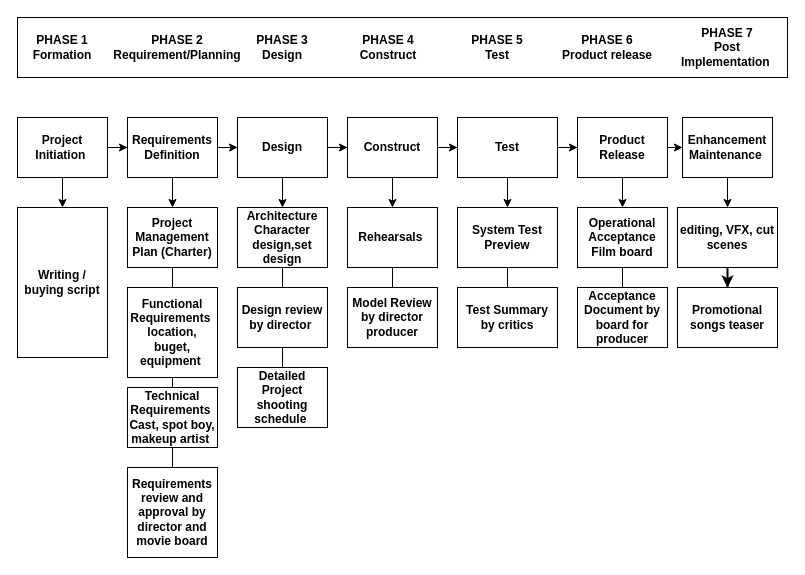
This is Movie.drawio from Dikshit28/SEPM_Dikshit19csu379, a draw.io file, before an edit. Source tidied: cells renumbered, new cells numbered last; positions are measured from the earlier drawing's top-left corner, leaving out a move shared by most shapes. Both pictures are drawn from the tidied source at 100%, with x=0, y=0 at pixel (17, 17).
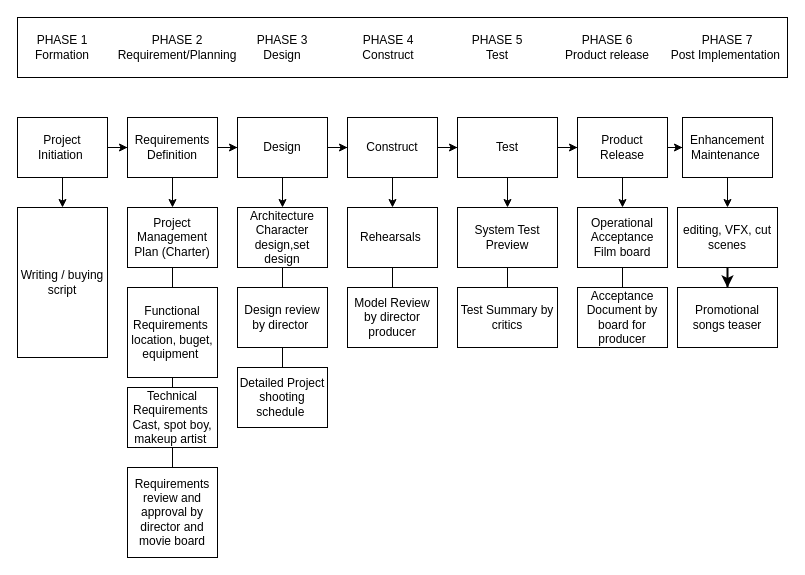
The same diagram, later.

What changed in the source:
```diff
@@
-    <mxCell id="2" style="rounded=0;whiteSpace=wrap;html=1;fontStyle=1;" parent="1" vertex="1">
+    <mxCell id="2" style="rounded=0;whiteSpace=wrap;html=1;fontStyle=0;" parent="1" vertex="1">
       <mxGeometry width="770" height="60" as="geometry" />
     </mxCell>
-    <mxCell id="3" value="PHASE 1&lt;br&gt;Formation" style="text;html=1;strokeColor=none;fillColor=none;align=center;verticalAlign=middle;whiteSpace=wrap;rounded=0;fontStyle=1;" parent="1" vertex="1">
+    <mxCell id="3" value="PHASE 1&lt;br&gt;Formation" style="text;html=1;strokeColor=none;fillColor=none;align=center;verticalAlign=middle;whiteSpace=wrap;rounded=0;fontStyle=0;" parent="1" vertex="1">
       <mxGeometry width="90" height="60" as="geometry" />
     </mxCell>
-    <mxCell id="4" value="PHASE 2&lt;br&gt;Requirement/Planning" style="text;html=1;strokeColor=none;fillColor=none;align=center;verticalAlign=middle;whiteSpace=wrap;rounded=0;fontStyle=1;" parent="1" vertex="1">
+    <mxCell id="4" value="PHASE 2&lt;br&gt;Requirement/Planning" style="text;html=1;strokeColor=none;fillColor=none;align=center;verticalAlign=middle;whiteSpace=wrap;rounded=0;fontStyle=0;" parent="1" vertex="1">
       <mxGeometry x="110" width="100" height="60" as="geometry" />
     </mxCell>
-    <mxCell id="5" value="PHASE 3&lt;br&gt;Design" style="text;html=1;strokeColor=none;fillColor=none;align=center;verticalAlign=middle;whiteSpace=wrap;rounded=0;fontStyle=1;" parent="1" vertex="1">
+    <mxCell id="5" value="PHASE 3&lt;br&gt;Design" style="text;html=1;strokeColor=none;fillColor=none;align=center;verticalAlign=middle;whiteSpace=wrap;rounded=0;fontStyle=0;" parent="1" vertex="1">
       <mxGeometry x="215" width="100" height="60" as="geometry" />
     </mxCell>
-    <mxCell id="6" value="PHASE 4&lt;br&gt;Construct" style="text;html=1;strokeColor=none;fillColor=none;align=center;verticalAlign=middle;whiteSpace=wrap;rounded=0;fontStyle=1;" parent="1" vertex="1">
+    <mxCell id="6" value="PHASE 4&lt;br&gt;Construct" style="text;html=1;strokeColor=none;fillColor=none;align=center;verticalAlign=middle;whiteSpace=wrap;rounded=0;fontStyle=0;" parent="1" vertex="1">
       <mxGeometry x="321" width="100" height="60" as="geometry" />
     </mxCell>
-    <mxCell id="7" value="PHASE 5&lt;br&gt;Test" style="text;html=1;strokeColor=none;fillColor=none;align=center;verticalAlign=middle;whiteSpace=wrap;rounded=0;fontStyle=1;" parent="1" vertex="1">
+    <mxCell id="7" value="PHASE 5&lt;br&gt;Test" style="text;html=1;strokeColor=none;fillColor=none;align=center;verticalAlign=middle;whiteSpace=wrap;rounded=0;fontStyle=0;" parent="1" vertex="1">
       <mxGeometry x="430" width="100" height="60" as="geometry" />
     </mxCell>
-    <mxCell id="8" value="PHASE 6&lt;br&gt;Product release" style="text;html=1;strokeColor=none;fillColor=none;align=center;verticalAlign=middle;whiteSpace=wrap;rounded=0;fontStyle=1;" parent="1" vertex="1">
+    <mxCell id="8" value="PHASE 6&lt;br&gt;Product release" style="text;html=1;strokeColor=none;fillColor=none;align=center;verticalAlign=middle;whiteSpace=wrap;rounded=0;fontStyle=0;" parent="1" vertex="1">
       <mxGeometry x="540" width="100" height="60" as="geometry" />
     </mxCell>
-    <mxCell id="9" value="PHASE 7&lt;br&gt;Post Implementation&amp;nbsp;" style="text;html=1;strokeColor=none;fillColor=none;align=center;verticalAlign=middle;whiteSpace=wrap;rounded=0;fontStyle=1;" parent="1" vertex="1">
+    <mxCell id="9" value="PHASE 7&lt;br&gt;Post Implementation&amp;nbsp;" style="text;html=1;strokeColor=none;fillColor=none;align=center;verticalAlign=middle;whiteSpace=wrap;rounded=0;fontStyle=0;" parent="1" vertex="1">
       <mxGeometry x="650" width="120" height="60" as="geometry" />
     </mxCell>
-    <mxCell id="10" style="edgeStyle=orthogonalEdgeStyle;rounded=0;jettySize=auto;html=1;fontStyle=1;" parent="1" edge="1" source="12" target="15">
+    <mxCell id="10" style="edgeStyle=orthogonalEdgeStyle;rounded=0;jettySize=auto;html=1;fontStyle=0;" parent="1" edge="1" source="12" target="15">
       <mxGeometry relative="1" as="geometry" />
     </mxCell>
-    <mxCell id="11" style="edgeStyle=orthogonalEdgeStyle;rounded=0;jettySize=auto;html=1;endArrow=classic;endFill=1;fontStyle=1;" parent="1" edge="1" source="12" target="30">
+    <mxCell id="11" style="edgeStyle=orthogonalEdgeStyle;rounded=0;jettySize=auto;html=1;endArrow=classic;endFill=1;fontStyle=0;" parent="1" edge="1" source="12" target="30">
       <mxGeometry relative="1" as="geometry" />
     </mxCell>
-    <mxCell id="12" value="Project Initiation&amp;nbsp;" style="rounded=0;whiteSpace=wrap;html=1;fontStyle=1;" parent="1" vertex="1">
+    <mxCell id="12" value="Project Initiation&amp;nbsp;" style="rounded=0;whiteSpace=wrap;html=1;fontStyle=0;" parent="1" vertex="1">
       <mxGeometry y="100" width="90" height="60" as="geometry" />
     </mxCell>
-    <mxCell id="13" style="edgeStyle=orthogonalEdgeStyle;rounded=0;jettySize=auto;html=1;fontStyle=1;" parent="1" edge="1" source="15" target="18">
+    <mxCell id="13" style="edgeStyle=orthogonalEdgeStyle;rounded=0;jettySize=auto;html=1;fontStyle=0;" parent="1" edge="1" source="15" target="18">
       <mxGeometry relative="1" as="geometry" />
     </mxCell>
-    <mxCell id="14" style="edgeStyle=orthogonalEdgeStyle;rounded=0;jettySize=auto;html=1;entryX=0.5;entryY=0;entryDx=0;entryDy=0;startArrow=none;startFill=0;endArrow=classic;endFill=1;fontStyle=1;" parent="1" edge="1" source="15" target="48">
+    <mxCell id="14" style="edgeStyle=orthogonalEdgeStyle;rounded=0;jettySize=auto;html=1;entryX=0.5;entryY=0;entryDx=0;entryDy=0;startArrow=none;startFill=0;endArrow=classic;endFill=1;fontStyle=0;" parent="1" edge="1" source="15" target="48">
       <mxGeometry relative="1" as="geometry" />
     </mxCell>
-    <mxCell id="15" value="Requirements Definition" style="rounded=0;whiteSpace=wrap;html=1;fontStyle=1;" parent="1" vertex="1">
+    <mxCell id="15" value="Requirements Definition" style="rounded=0;whiteSpace=wrap;html=1;fontStyle=0;" parent="1" vertex="1">
       <mxGeometry x="110" y="100" width="90" height="60" as="geometry" />
     </mxCell>
-    <mxCell id="16" style="edgeStyle=orthogonalEdgeStyle;rounded=0;jettySize=auto;html=1;fontStyle=1;" parent="1" edge="1" source="18" target="21">
+    <mxCell id="16" style="edgeStyle=orthogonalEdgeStyle;rounded=0;jettySize=auto;html=1;fontStyle=0;" parent="1" edge="1" source="18" target="21">
       <mxGeometry relative="1" as="geometry" />
     </mxCell>
-    <mxCell id="17" style="edgeStyle=orthogonalEdgeStyle;rounded=0;jettySize=auto;html=1;fontStyle=1;" parent="1" edge="1" source="18" target="43">
+    <mxCell id="17" style="edgeStyle=orthogonalEdgeStyle;rounded=0;jettySize=auto;html=1;fontStyle=0;" parent="1" edge="1" source="18" target="43">
       <mxGeometry relative="1" as="geometry" />
     </mxCell>
-    <mxCell id="18" value="Design" style="rounded=0;whiteSpace=wrap;html=1;fontStyle=1;" parent="1" vertex="1">
+    <mxCell id="18" value="Design" style="rounded=0;whiteSpace=wrap;html=1;fontStyle=0;" parent="1" vertex="1">
       <mxGeometry x="220" y="100" width="90" height="60" as="geometry" />
     </mxCell>
-    <mxCell id="19" style="edgeStyle=orthogonalEdgeStyle;rounded=0;jettySize=auto;html=1;fontStyle=1;" parent="1" edge="1" source="21" target="24">
+    <mxCell id="19" style="edgeStyle=orthogonalEdgeStyle;rounded=0;jettySize=auto;html=1;fontStyle=0;" parent="1" edge="1" source="21" target="24">
       <mxGeometry relative="1" as="geometry" />
     </mxCell>
-    <mxCell id="20" style="edgeStyle=orthogonalEdgeStyle;rounded=0;jettySize=auto;html=1;fontStyle=1;" parent="1" edge="1" source="21" target="40">
+    <mxCell id="20" style="edgeStyle=orthogonalEdgeStyle;rounded=0;jettySize=auto;html=1;fontStyle=0;" parent="1" edge="1" source="21" target="40">
       <mxGeometry relative="1" as="geometry" />
     </mxCell>
-    <mxCell id="21" value="Construct" style="rounded=0;whiteSpace=wrap;html=1;fontStyle=1;" parent="1" vertex="1">
+    <mxCell id="21" value="Construct" style="rounded=0;whiteSpace=wrap;html=1;fontStyle=0;" parent="1" vertex="1">
       <mxGeometry x="330" y="100" width="90" height="60" as="geometry" />
     </mxCell>
-    <mxCell id="22" style="edgeStyle=orthogonalEdgeStyle;rounded=0;jettySize=auto;html=1;fontStyle=1;" parent="1" edge="1" source="24" target="27">
+    <mxCell id="22" style="edgeStyle=orthogonalEdgeStyle;rounded=0;jettySize=auto;html=1;fontStyle=0;" parent="1" edge="1" source="24" target="27">
       <mxGeometry relative="1" as="geometry" />
     </mxCell>
-    <mxCell id="23" style="edgeStyle=orthogonalEdgeStyle;rounded=0;jettySize=auto;html=1;entryX=0.5;entryY=0;entryDx=0;entryDy=0;fontStyle=1;" parent="1" edge="1" source="24" target="37">
+    <mxCell id="23" style="edgeStyle=orthogonalEdgeStyle;rounded=0;jettySize=auto;html=1;entryX=0.5;entryY=0;entryDx=0;entryDy=0;fontStyle=0;" parent="1" edge="1" source="24" target="37">
       <mxGeometry relative="1" as="geometry" />
     </mxCell>
-    <mxCell id="24" value="Test" style="rounded=0;whiteSpace=wrap;html=1;fontStyle=1;" parent="1" vertex="1">
+    <mxCell id="24" value="Test" style="rounded=0;whiteSpace=wrap;html=1;fontStyle=0;" parent="1" vertex="1">
       <mxGeometry x="440" y="100" width="100" height="60" as="geometry" />
     </mxCell>
-    <mxCell id="25" style="edgeStyle=orthogonalEdgeStyle;rounded=0;jettySize=auto;html=1;fontStyle=1;" parent="1" edge="1" source="27" target="29">
+    <mxCell id="25" style="edgeStyle=orthogonalEdgeStyle;rounded=0;jettySize=auto;html=1;fontStyle=0;" parent="1" edge="1" source="27" target="29">
       <mxGeometry relative="1" as="geometry" />
     </mxCell>
-    <mxCell id="26" style="edgeStyle=orthogonalEdgeStyle;rounded=0;jettySize=auto;html=1;fontStyle=1;" parent="1" edge="1" source="27" target="34">
+    <mxCell id="26" style="edgeStyle=orthogonalEdgeStyle;rounded=0;jettySize=auto;html=1;fontStyle=0;" parent="1" edge="1" source="27" target="34">
       <mxGeometry relative="1" as="geometry" />
     </mxCell>
-    <mxCell id="27" value="Product Release" style="rounded=0;whiteSpace=wrap;html=1;fontStyle=1;" parent="1" vertex="1">
+    <mxCell id="27" value="Product Release" style="rounded=0;whiteSpace=wrap;html=1;fontStyle=0;" parent="1" vertex="1">
       <mxGeometry x="560" y="100" width="90" height="60" as="geometry" />
     </mxCell>
-    <mxCell id="28" style="edgeStyle=orthogonalEdgeStyle;rounded=0;jettySize=auto;html=1;fontStyle=1;" parent="1" edge="1" source="29" target="32">
+    <mxCell id="28" style="edgeStyle=orthogonalEdgeStyle;rounded=0;jettySize=auto;html=1;fontStyle=0;" parent="1" edge="1" source="29" target="32">
       <mxGeometry relative="1" as="geometry" />
     </mxCell>
-    <mxCell id="29" value="Enhancement Maintenance&amp;nbsp;" style="rounded=0;whiteSpace=wrap;html=1;fontStyle=1;" parent="1" vertex="1">
+    <mxCell id="29" value="Enhancement Maintenance&amp;nbsp;" style="rounded=0;whiteSpace=wrap;html=1;fontStyle=0;" parent="1" vertex="1">
       <mxGeometry x="665" y="100" width="90" height="60" as="geometry" />
     </mxCell>
-    <mxCell id="30" value="Writing / buying script" style="rounded=0;whiteSpace=wrap;html=1;fontStyle=1;" parent="1" vertex="1">
+    <mxCell id="30" value="Writing / buying script" style="rounded=0;whiteSpace=wrap;html=1;fontStyle=0;" parent="1" vertex="1">
       <mxGeometry y="190" width="90" height="150" as="geometry" />
     </mxCell>
-    <mxCell id="31" style="edgeStyle=orthogonalEdgeStyle;rounded=0;jettySize=auto;html=1;fontSize=14;startArrow=none;startFill=0;endArrow=classic;endFill=1;strokeWidth=2;" parent="1" edge="1" source="32" target="54">
+    <mxCell id="31" style="edgeStyle=orthogonalEdgeStyle;rounded=0;jettySize=auto;html=1;fontSize=14;startArrow=none;startFill=0;endArrow=classic;endFill=1;strokeWidth=2;fontStyle=0;" parent="1" edge="1" source="32" target="54">
       <mxGeometry relative="1" as="geometry" />
     </mxCell>
-    <mxCell id="32" value="editing, VFX, cut scenes" style="rounded=0;whiteSpace=wrap;html=1;fontStyle=1;" parent="1" vertex="1">
+    <mxCell id="32" value="editing, VFX, cut scenes" style="rounded=0;whiteSpace=wrap;html=1;fontStyle=0;" parent="1" vertex="1">
       <mxGeometry x="660" y="190" width="100" height="60" as="geometry" />
     </mxCell>
-    <mxCell id="33" style="edgeStyle=orthogonalEdgeStyle;rounded=0;jettySize=auto;html=1;endArrow=none;endFill=0;fontStyle=1;" parent="1" edge="1" source="34" target="35">
+    <mxCell id="33" style="edgeStyle=orthogonalEdgeStyle;rounded=0;jettySize=auto;html=1;endArrow=none;endFill=0;fontStyle=0;" parent="1" edge="1" source="34" target="35">
       <mxGeometry relative="1" as="geometry" />
     </mxCell>
-    <mxCell id="34" value="Operational Acceptance&lt;br&gt;Film board" style="rounded=0;whiteSpace=wrap;html=1;fontStyle=1;" parent="1" vertex="1">
+    <mxCell id="34" value="Operational Acceptance&lt;br&gt;Film board" style="rounded=0;whiteSpace=wrap;html=1;fontStyle=0;" parent="1" vertex="1">
       <mxGeometry x="560" y="190" width="90" height="60" as="geometry" />
     </mxCell>
-    <mxCell id="35" value="Acceptance Document by board for producer" style="rounded=0;whiteSpace=wrap;html=1;fontStyle=1;" parent="1" vertex="1">
+    <mxCell id="35" value="Acceptance Document by board for producer" style="rounded=0;whiteSpace=wrap;html=1;fontStyle=0;" parent="1" vertex="1">
       <mxGeometry x="560" y="270" width="90" height="60" as="geometry" />
     </mxCell>
-    <mxCell id="36" style="edgeStyle=orthogonalEdgeStyle;rounded=0;jettySize=auto;html=1;endArrow=none;endFill=0;fontStyle=1;" parent="1" edge="1" source="37" target="38">
+    <mxCell id="36" style="edgeStyle=orthogonalEdgeStyle;rounded=0;jettySize=auto;html=1;endArrow=none;endFill=0;fontStyle=0;" parent="1" edge="1" source="37" target="38">
       <mxGeometry relative="1" as="geometry" />
     </mxCell>
-    <mxCell id="37" value="System Test&lt;br&gt;Preview" style="rounded=0;whiteSpace=wrap;html=1;fontStyle=1;" parent="1" vertex="1">
+    <mxCell id="37" value="System Test&lt;br&gt;Preview" style="rounded=0;whiteSpace=wrap;html=1;fontStyle=0;" parent="1" vertex="1">
       <mxGeometry x="440" y="190" width="100" height="60" as="geometry" />
     </mxCell>
-    <mxCell id="38" value="Test Summary by critics" style="rounded=0;whiteSpace=wrap;html=1;fontStyle=1;" parent="1" vertex="1">
+    <mxCell id="38" value="Test Summary by critics" style="rounded=0;whiteSpace=wrap;html=1;fontStyle=0;" parent="1" vertex="1">
       <mxGeometry x="440" y="270" width="100" height="60" as="geometry" />
     </mxCell>
-    <mxCell id="39" style="edgeStyle=orthogonalEdgeStyle;rounded=0;jettySize=auto;html=1;endArrow=none;endFill=0;fontStyle=1;" parent="1" edge="1" source="40" target="41">
+    <mxCell id="39" style="edgeStyle=orthogonalEdgeStyle;rounded=0;jettySize=auto;html=1;endArrow=none;endFill=0;fontStyle=0;" parent="1" edge="1" source="40" target="41">
       <mxGeometry relative="1" as="geometry" />
     </mxCell>
-    <mxCell id="40" value="Rehearsals&amp;nbsp;" style="rounded=0;whiteSpace=wrap;html=1;fontStyle=1;" parent="1" vertex="1">
+    <mxCell id="40" value="Rehearsals&amp;nbsp;" style="rounded=0;whiteSpace=wrap;html=1;fontStyle=0;" parent="1" vertex="1">
       <mxGeometry x="330" y="190" width="90" height="60" as="geometry" />
     </mxCell>
-    <mxCell id="41" value="Model Review by director producer" style="rounded=0;whiteSpace=wrap;html=1;fontStyle=1;" parent="1" vertex="1">
+    <mxCell id="41" value="Model Review by director producer" style="rounded=0;whiteSpace=wrap;html=1;fontStyle=0;" parent="1" vertex="1">
       <mxGeometry x="330" y="270" width="90" height="60" as="geometry" />
     </mxCell>
-    <mxCell id="42" style="edgeStyle=orthogonalEdgeStyle;rounded=0;jettySize=auto;html=1;endArrow=none;endFill=0;fontStyle=1;" parent="1" edge="1" source="43" target="45">
+    <mxCell id="42" style="edgeStyle=orthogonalEdgeStyle;rounded=0;jettySize=auto;html=1;endArrow=none;endFill=0;fontStyle=0;" parent="1" edge="1" source="43" target="45">
       <mxGeometry relative="1" as="geometry" />
     </mxCell>
-    <mxCell id="43" value="Architecture&lt;br&gt;Character design,set design" style="rounded=0;whiteSpace=wrap;html=1;fontStyle=1;" parent="1" vertex="1">
+    <mxCell id="43" value="Architecture&lt;br&gt;Character design,set design" style="rounded=0;whiteSpace=wrap;html=1;fontStyle=0;" parent="1" vertex="1">
       <mxGeometry x="220" y="190" width="90" height="60" as="geometry" />
     </mxCell>
-    <mxCell id="44" style="edgeStyle=orthogonalEdgeStyle;rounded=0;jettySize=auto;html=1;endArrow=none;endFill=0;fontStyle=1;" parent="1" edge="1" source="45" target="46">
+    <mxCell id="44" style="edgeStyle=orthogonalEdgeStyle;rounded=0;jettySize=auto;html=1;endArrow=none;endFill=0;fontStyle=0;" parent="1" edge="1" source="45" target="46">
       <mxGeometry relative="1" as="geometry" />
     </mxCell>
-    <mxCell id="45" value="Design review by director&amp;nbsp;" style="rounded=0;whiteSpace=wrap;html=1;fontStyle=1;" parent="1" vertex="1">
+    <mxCell id="45" value="Design review by director&amp;nbsp;" style="rounded=0;whiteSpace=wrap;html=1;fontStyle=0;" parent="1" vertex="1">
       <mxGeometry x="220" y="270" width="90" height="60" as="geometry" />
     </mxCell>
-    <mxCell id="46" value="Detailed Project&lt;br&gt;shooting schedule&amp;nbsp;" style="rounded=0;whiteSpace=wrap;html=1;fontStyle=1;" parent="1" vertex="1">
+    <mxCell id="46" value="Detailed Project&lt;br&gt;shooting schedule&amp;nbsp;" style="rounded=0;whiteSpace=wrap;html=1;fontStyle=0;" parent="1" vertex="1">
       <mxGeometry x="220" y="350" width="90" height="60" as="geometry" />
     </mxCell>
-    <mxCell id="47" style="edgeStyle=orthogonalEdgeStyle;rounded=0;jettySize=auto;html=1;endArrow=none;endFill=0;fontStyle=1;" parent="1" edge="1" source="48" target="50">
+    <mxCell id="47" style="edgeStyle=orthogonalEdgeStyle;rounded=0;jettySize=auto;html=1;endArrow=none;endFill=0;fontStyle=0;" parent="1" edge="1" source="48" target="50">
       <mxGeometry relative="1" as="geometry" />
     </mxCell>
-    <mxCell id="48" value="Project Management Plan (Charter)" style="rounded=0;whiteSpace=wrap;html=1;fontStyle=1;" parent="1" vertex="1">
+    <mxCell id="48" value="Project Management Plan (Charter)" style="rounded=0;whiteSpace=wrap;html=1;fontStyle=0;" parent="1" vertex="1">
       <mxGeometry x="110" y="190" width="90" height="60" as="geometry" />
     </mxCell>
-    <mxCell id="49" style="edgeStyle=orthogonalEdgeStyle;rounded=0;jettySize=auto;html=1;endArrow=none;endFill=0;fontStyle=1;" parent="1" edge="1" source="50" target="52">
+    <mxCell id="49" style="edgeStyle=orthogonalEdgeStyle;rounded=0;jettySize=auto;html=1;endArrow=none;endFill=0;fontStyle=0;" parent="1" edge="1" source="50" target="52">
       <mxGeometry relative="1" as="geometry" />
     </mxCell>
-    <mxCell id="50" value="Functional Requirements&amp;nbsp;&lt;br&gt;location, buget, equipment&amp;nbsp;" style="rounded=0;whiteSpace=wrap;html=1;fontStyle=1;" parent="1" vertex="1">
+    <mxCell id="50" value="Functional Requirements&amp;nbsp;&lt;br&gt;location, buget, equipment&amp;nbsp;" style="rounded=0;whiteSpace=wrap;html=1;fontStyle=0;" parent="1" vertex="1">
       <mxGeometry x="110" y="270" width="90" height="90" as="geometry" />
     </mxCell>
-    <mxCell id="51" style="edgeStyle=orthogonalEdgeStyle;rounded=0;jettySize=auto;html=1;endArrow=none;endFill=0;fontStyle=1;" parent="1" edge="1" source="52" target="53">
+    <mxCell id="51" style="edgeStyle=orthogonalEdgeStyle;rounded=0;jettySize=auto;html=1;endArrow=none;endFill=0;fontStyle=0;" parent="1" edge="1" source="52" target="53">
       <mxGeometry relative="1" as="geometry" />
     </mxCell>
-    <mxCell id="52" value="Technical Requirements&amp;nbsp;&lt;br&gt;Cast, spot boy, makeup artist&amp;nbsp;" style="rounded=0;whiteSpace=wrap;html=1;fontStyle=1;" parent="1" vertex="1">
+    <mxCell id="52" value="Technical Requirements&amp;nbsp;&lt;br&gt;Cast, spot boy, makeup artist&amp;nbsp;" style="rounded=0;whiteSpace=wrap;html=1;fontStyle=0;" parent="1" vertex="1">
       <mxGeometry x="110" y="370" width="90" height="60" as="geometry" />
     </mxCell>
-    <mxCell id="53" value="Requirements review and approval by director and movie board" style="rounded=0;whiteSpace=wrap;html=1;fontStyle=1;" parent="1" vertex="1">
+    <mxCell id="53" value="Requirements review and approval by director and movie board" style="rounded=0;whiteSpace=wrap;html=1;fontStyle=0;" parent="1" vertex="1">
       <mxGeometry x="110" y="450" width="90" height="90" as="geometry" />
     </mxCell>
-    <mxCell id="54" value="Promotional songs teaser" style="rounded=0;whiteSpace=wrap;html=1;fontStyle=1;" parent="1" vertex="1">
+    <mxCell id="54" value="Promotional songs teaser" style="rounded=0;whiteSpace=wrap;html=1;fontStyle=0;" parent="1" vertex="1">
       <mxGeometry x="660" y="270" width="100" height="60" as="geometry" />
     </mxCell>
```
